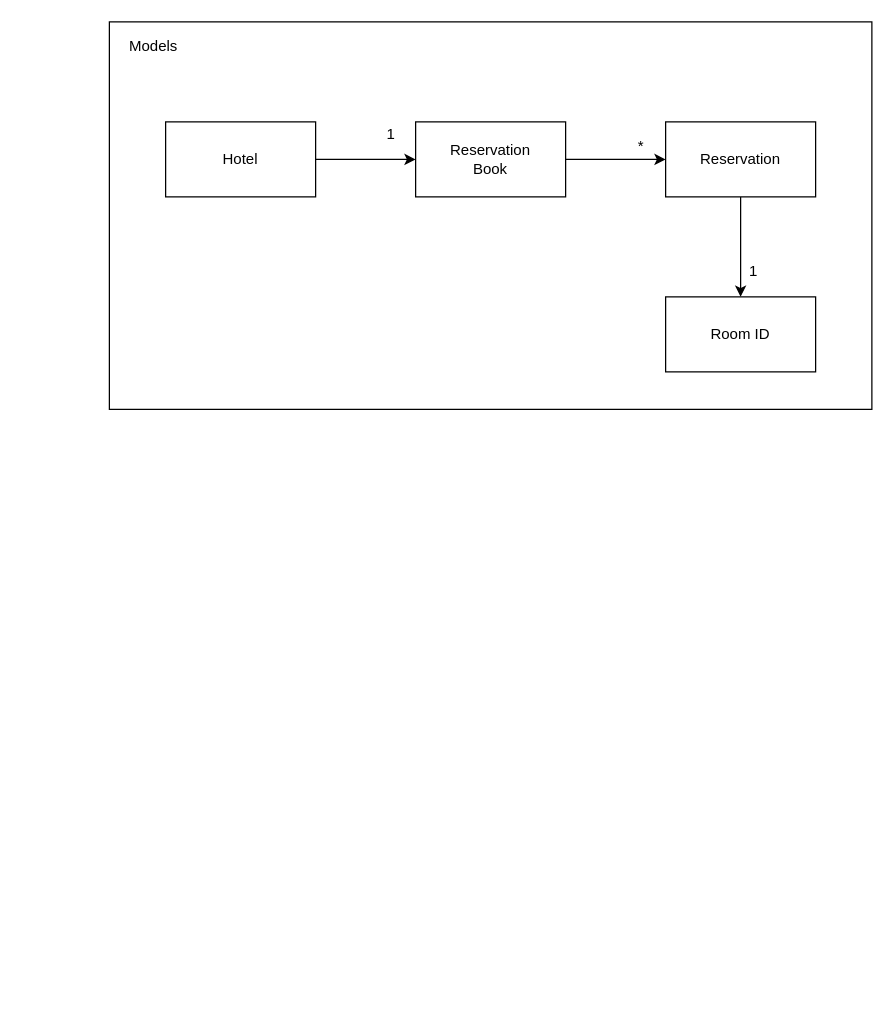
The draw.io diagram Architecture/Architecture.drawio in oange6214/Reservoom, before the edit. Source tidied: cells renumbered, new cells numbered last; positions are measured from the earlier drawing's top-left corner, leaving out a move shared by most shapes. Both pictures are drawn from the tidied source at 125%, with x=0, y=0 at pixel (109, 21).
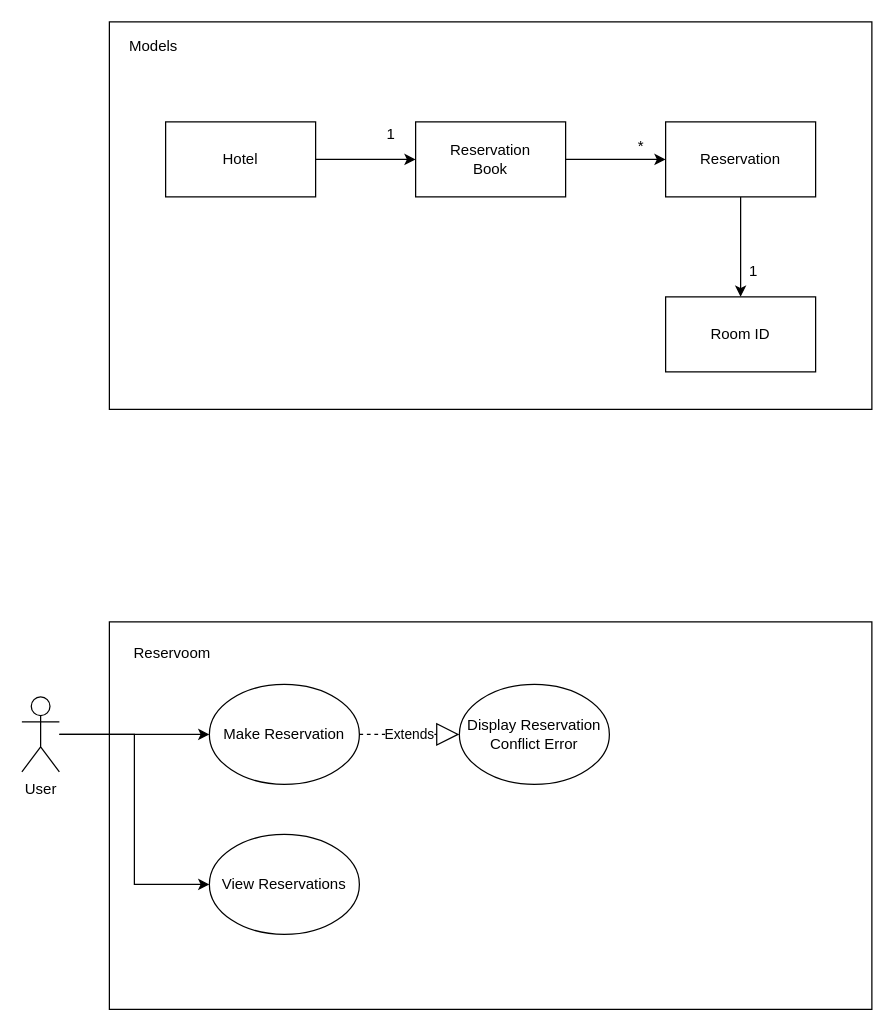
After the change.

Change to the diagram source:
```diff
@@
+    <mxCell id="14" style="rounded=0;whiteSpace=wrap;html=1;labelBackgroundColor=default;align=left;verticalAlign=top;" parent="1" vertex="1">
+      <mxGeometry y="480" width="610" height="310" as="geometry" />
+    </mxCell>
@@
+    <mxCell id="15" style="edgeStyle=orthogonalEdgeStyle;rounded=0;jettySize=auto;html=1;entryX=0;entryY=0.5;entryDx=0;entryDy=0;" parent="1" edge="1" source="17" target="18">
+      <mxGeometry relative="1" as="geometry" />
+    </mxCell>
+    <mxCell id="16" style="edgeStyle=orthogonalEdgeStyle;rounded=0;jettySize=auto;html=1;entryX=0;entryY=0.5;entryDx=0;entryDy=0;" parent="1" edge="1" source="17" target="19">
+      <mxGeometry relative="1" as="geometry" />
+    </mxCell>
+    <mxCell id="17" value="User" style="shape=umlActor;verticalLabelPosition=bottom;verticalAlign=top;html=1;labelBackgroundColor=default;" parent="1" vertex="1">
+      <mxGeometry x="-70" y="540" width="30" height="60" as="geometry" />
+    </mxCell>
+    <mxCell id="18" value="Make Reservation" style="ellipse;whiteSpace=wrap;html=1;labelBackgroundColor=default;" parent="1" vertex="1">
+      <mxGeometry x="80" y="530" width="120" height="80" as="geometry" />
+    </mxCell>
+    <mxCell id="19" value="View Reservations" style="ellipse;whiteSpace=wrap;html=1;labelBackgroundColor=default;" parent="1" vertex="1">
+      <mxGeometry x="80" y="650" width="120" height="80" as="geometry" />
+    </mxCell>
+    <mxCell id="20" value="Display Reservation&lt;br&gt;Conflict Error" style="ellipse;whiteSpace=wrap;html=1;labelBackgroundColor=default;" parent="1" vertex="1">
+      <mxGeometry x="280" y="530" width="120" height="80" as="geometry" />
+    </mxCell>
+    <mxCell id="21" value="Extends" style="endArrow=block;endSize=16;endFill=0;html=1;rounded=0;dashed=1;exitX=1;exitY=0.5;exitDx=0;exitDy=0;entryX=0;entryY=0.5;entryDx=0;entryDy=0;" parent="1" edge="1" source="18" target="20">
+      <mxGeometry relative="1" as="geometry" />
+    </mxCell>
+    <mxCell id="22" value="Reservoom" style="text;html=1;align=center;verticalAlign=middle;strokeColor=none;fillColor=none;" parent="1" vertex="1">
+      <mxGeometry x="10" y="495" width="80" height="20" as="geometry" />
+    </mxCell>
```
